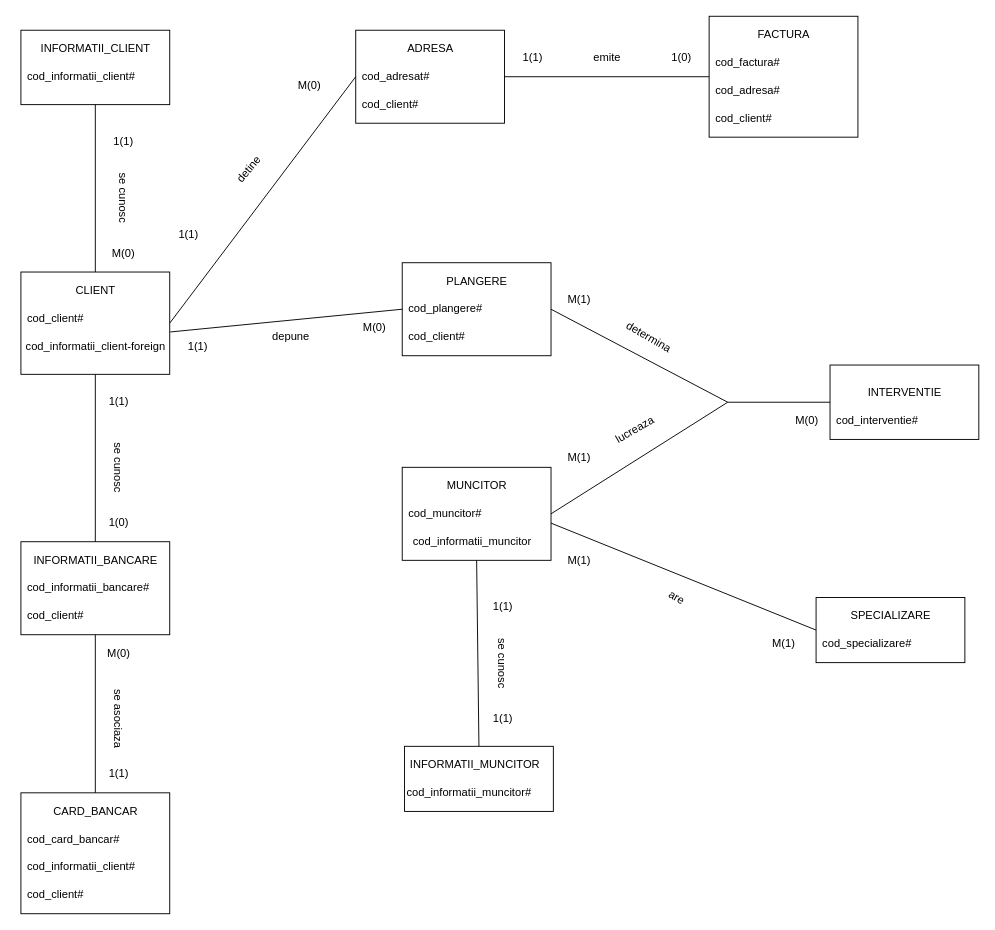
ProiecteFacultate/Proiect_BD keeps this draw.io diagram as Proiect/Diagram_ER.drawio. Above is the earlier version. Source tidied: cells renumbered, new cells numbered last; positions are measured from the earlier drawing's top-left corner, leaving out a move shared by most shapes. Both pictures are drawn from the tidied source at 93%, with x=0, y=0 at pixel (16, 16).
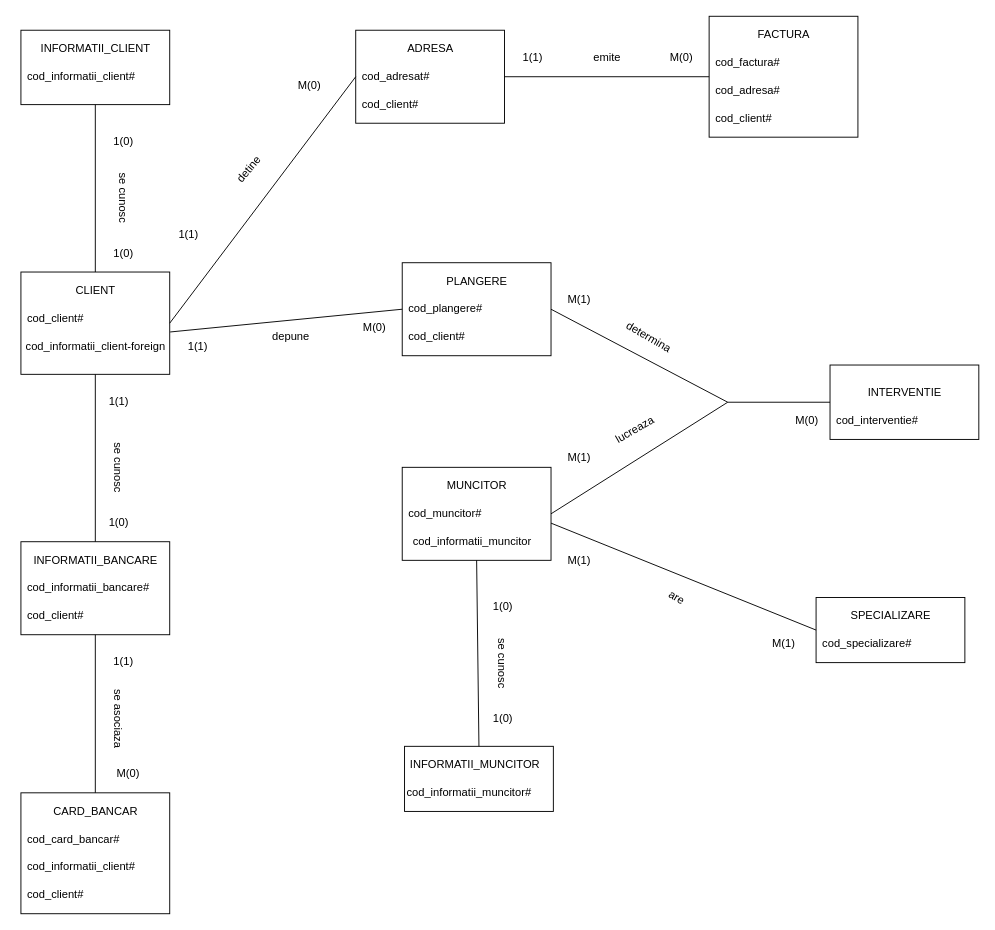
The same diagram, later.

The edit, as a diff of the source:
```diff
@@
     <mxCell id="18" value="1(1)" style="text;html=1;align=center;verticalAlign=middle;fillColor=none;strokeColor=none;rounded=0;rotation=0;" parent="1" vertex="1">
-      <mxGeometry x="90" y="805" width="40" height="20" as="geometry" />
+      <mxGeometry x="95" y="684" width="40" height="20" as="geometry" />
     </mxCell>
     <mxCell id="19" value="M(0)" style="text;html=1;align=center;verticalAlign=middle;fillColor=none;strokeColor=none;rounded=0;rotation=0;" parent="1" vertex="1">
-      <mxGeometry x="90" y="675" width="40" height="20" as="geometry" />
+      <mxGeometry x="100" y="805" width="40" height="20" as="geometry" />
     </mxCell>
@@
-    <mxCell id="27" value="1(1)" style="text;html=1;align=center;verticalAlign=middle;fillColor=none;strokeColor=none;rounded=0;rotation=0;" parent="1" vertex="1">
+    <mxCell id="27" value="1(0)" style="text;html=1;align=center;verticalAlign=middle;fillColor=none;strokeColor=none;rounded=0;rotation=0;" parent="1" vertex="1">
       <mxGeometry x="95" y="125" width="40" height="20" as="geometry" />
     </mxCell>
-    <mxCell id="28" value="M(0)" style="text;html=1;align=center;verticalAlign=middle;fillColor=none;strokeColor=none;rounded=0;rotation=0;" parent="1" vertex="1">
+    <mxCell id="28" value="1(0)" style="text;html=1;align=center;verticalAlign=middle;fillColor=none;strokeColor=none;rounded=0;rotation=0;" parent="1" vertex="1">
       <mxGeometry x="95" y="245" width="40" height="20" as="geometry" />
     </mxCell>
@@
-    <mxCell id="45" value="1(0)" style="text;html=1;align=center;verticalAlign=middle;fillColor=none;strokeColor=none;rounded=0;rotation=0;" parent="1" vertex="1">
+    <mxCell id="45" value="M(0)" style="text;html=1;align=center;verticalAlign=middle;fillColor=none;strokeColor=none;rounded=0;rotation=0;" parent="1" vertex="1">
       <mxGeometry x="695" y="35" width="40" height="20" as="geometry" />
     </mxCell>
@@
-    <mxCell id="72" value="1(1)" style="text;html=1;align=center;verticalAlign=middle;fillColor=none;strokeColor=none;rounded=0;rotation=0;" parent="1" vertex="1">
+    <mxCell id="72" value="1(0)" style="text;html=1;align=center;verticalAlign=middle;fillColor=none;strokeColor=none;rounded=0;rotation=0;" parent="1" vertex="1">
       <mxGeometry x="502.5" y="625" width="40" height="20" as="geometry" />
     </mxCell>
-    <mxCell id="73" value="1(1)" style="text;html=1;align=center;verticalAlign=middle;fillColor=none;strokeColor=none;rounded=0;rotation=0;" parent="1" vertex="1">
+    <mxCell id="73" value="1(0)" style="text;html=1;align=center;verticalAlign=middle;fillColor=none;strokeColor=none;rounded=0;rotation=0;" parent="1" vertex="1">
       <mxGeometry x="502.5" y="745" width="40" height="20" as="geometry" />
     </mxCell>
```
